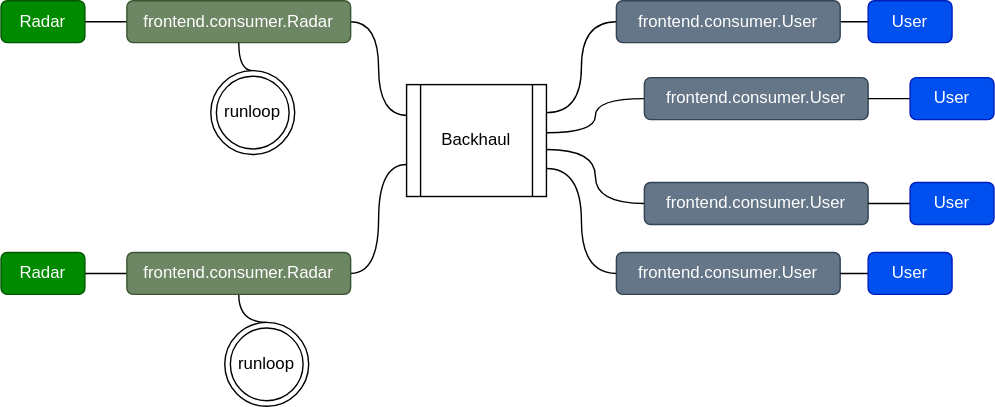
OURadar/RadarHub keeps this draw.io diagram as blob/backhaul.svg. Above is the earlier version. Source tidied: cells renumbered, new cells last; positions are measured from the earlier drawing's top-left corner, leaving out a move shared by most shapes.
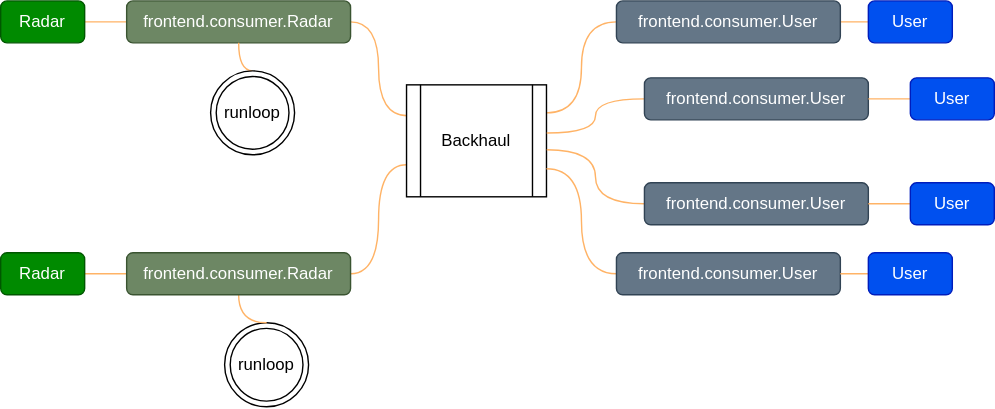
After the commit.

Change to the diagram source:
```diff
@@ -2,46 +2,46 @@
   <root>
     <mxCell id="0" />
     <mxCell id="1" parent="0" />
-    <mxCell id="2" style="edgeStyle=orthogonalEdgeStyle;curved=1;rounded=0;jettySize=auto;html=1;fontFamily=Tahoma;fontColor=#007FFF;startArrow=none;startFill=0;endArrow=none;endFill=0;strokeColor=default;" parent="1" edge="1" source="3" target="7">
+    <mxCell id="2" style="edgeStyle=orthogonalEdgeStyle;curved=1;rounded=0;jettySize=auto;html=1;fontFamily=Tahoma;fontColor=#007FFF;startArrow=none;startFill=0;endArrow=none;endFill=0;strokeColor=#FFB366;" parent="1" edge="1" source="3" target="7">
       <mxGeometry relative="1" as="geometry" />
     </mxCell>
     <mxCell id="3" value="Radar" style="rounded=1;whiteSpace=wrap;html=1;fillColor=#008a00;fontColor=#ffffff;strokeColor=#005700;" parent="1" vertex="1">
       <mxGeometry width="60" height="30" as="geometry" />
     </mxCell>
-    <mxCell id="4" style="edgeStyle=orthogonalEdgeStyle;curved=1;rounded=0;jettySize=auto;html=1;fontFamily=Tahoma;fontColor=#007FFF;startArrow=none;startFill=0;endArrow=none;endFill=0;strokeColor=default;" parent="1" edge="1" source="5" target="13">
+    <mxCell id="4" style="edgeStyle=orthogonalEdgeStyle;curved=1;rounded=0;jettySize=auto;html=1;fontFamily=Tahoma;fontColor=#007FFF;startArrow=none;startFill=0;endArrow=none;endFill=0;strokeColor=#FFB366;" parent="1" edge="1" source="5" target="13">
       <mxGeometry relative="1" as="geometry" />
     </mxCell>
     <mxCell id="5" value="Radar" style="rounded=1;whiteSpace=wrap;html=1;fillColor=#008a00;fontColor=#ffffff;strokeColor=#005700;" parent="1" vertex="1">
       <mxGeometry y="180" width="60" height="30" as="geometry" />
     </mxCell>
-    <mxCell id="6" style="edgeStyle=orthogonalEdgeStyle;rounded=0;jettySize=auto;html=1;startArrow=none;startFill=0;endArrow=none;endFill=0;strokeColor=default;curved=1;entryX=0.009;entryY=0.276;entryDx=0;entryDy=0;entryPerimeter=0;" parent="1" edge="1" source="7" target="18">
+    <mxCell id="6" style="edgeStyle=orthogonalEdgeStyle;rounded=0;jettySize=auto;html=1;startArrow=none;startFill=0;endArrow=none;endFill=0;strokeColor=#FFB366;curved=1;entryX=0.009;entryY=0.276;entryDx=0;entryDy=0;entryPerimeter=0;" parent="1" edge="1" source="7" target="18">
       <mxGeometry relative="1" as="geometry" />
     </mxCell>
     <mxCell id="7" value="frontend.consumer.Radar" style="rounded=1;whiteSpace=wrap;html=1;fillColor=#6d8764;fontColor=#ffffff;strokeColor=#3A5431;" parent="1" vertex="1">
       <mxGeometry x="90" width="160" height="30" as="geometry" />
     </mxCell>
-    <mxCell id="8" style="edgeStyle=orthogonalEdgeStyle;rounded=0;jettySize=auto;html=1;strokeColor=default;endArrow=none;endFill=0;startArrow=none;startFill=0;curved=1;" parent="1" edge="1" source="7" target="9">
+    <mxCell id="8" style="edgeStyle=orthogonalEdgeStyle;rounded=0;jettySize=auto;html=1;strokeColor=#FFB366;endArrow=none;endFill=0;startArrow=none;startFill=0;curved=1;" parent="1" edge="1" source="7" target="9">
       <mxGeometry relative="1" as="geometry" />
     </mxCell>
-    <mxCell id="9" value="runloop" style="ellipse;shape=doubleEllipse;whiteSpace=wrap;html=1;" parent="1" vertex="1">
+    <mxCell id="9" value="runloop" style="ellipse;shape=doubleEllipse;whiteSpace=wrap;html=1;fillColor=#FFFFFF;strokeColor=#000000;fontColor=#000000;" parent="1" vertex="1">
       <mxGeometry x="150" y="50" width="60" height="60" as="geometry" />
     </mxCell>
-    <mxCell id="10" value="runloop" style="ellipse;shape=doubleEllipse;whiteSpace=wrap;html=1;" parent="1" vertex="1">
+    <mxCell id="10" value="runloop" style="ellipse;shape=doubleEllipse;whiteSpace=wrap;html=1;fillColor=#FFFFFF;strokeColor=#000000;fontColor=#000000;" parent="1" vertex="1">
       <mxGeometry x="160" y="230" width="60" height="60" as="geometry" />
     </mxCell>
-    <mxCell id="11" style="edgeStyle=orthogonalEdgeStyle;rounded=0;jettySize=auto;html=1;strokeColor=default;endArrow=none;endFill=0;startArrow=none;startFill=0;curved=1;" parent="1" edge="1" source="13" target="10">
+    <mxCell id="11" style="edgeStyle=orthogonalEdgeStyle;rounded=0;jettySize=auto;html=1;strokeColor=#FFB366;endArrow=none;endFill=0;startArrow=none;startFill=0;curved=1;" parent="1" edge="1" source="13" target="10">
       <mxGeometry relative="1" as="geometry" />
     </mxCell>
-    <mxCell id="12" style="edgeStyle=orthogonalEdgeStyle;rounded=0;jettySize=auto;html=1;startArrow=none;startFill=0;endArrow=none;endFill=0;strokeColor=default;curved=1;entryX=0.001;entryY=0.714;entryDx=0;entryDy=0;entryPerimeter=0;" parent="1" edge="1" source="13" target="18">
+    <mxCell id="12" style="edgeStyle=orthogonalEdgeStyle;rounded=0;jettySize=auto;html=1;startArrow=none;startFill=0;endArrow=none;endFill=0;strokeColor=#FFB366;curved=1;entryX=0.001;entryY=0.714;entryDx=0;entryDy=0;entryPerimeter=0;" parent="1" edge="1" source="13" target="18">
       <mxGeometry relative="1" as="geometry" />
     </mxCell>
     <mxCell id="13" value="frontend.consumer.Radar" style="rounded=1;whiteSpace=wrap;html=1;fillColor=#6d8764;fontColor=#ffffff;strokeColor=#3A5431;" parent="1" vertex="1">
       <mxGeometry x="90" y="180" width="160" height="30" as="geometry" />
     </mxCell>
-    <mxCell id="14" style="edgeStyle=orthogonalEdgeStyle;rounded=0;jettySize=auto;html=1;startArrow=none;startFill=0;endArrow=none;endFill=0;strokeColor=default;" parent="1" edge="1" source="16" target="17">
+    <mxCell id="14" style="edgeStyle=orthogonalEdgeStyle;rounded=0;jettySize=auto;html=1;startArrow=none;startFill=0;endArrow=none;endFill=0;strokeColor=#FFB366;" parent="1" edge="1" source="16" target="17">
       <mxGeometry relative="1" as="geometry" />
     </mxCell>
-    <mxCell id="15" style="edgeStyle=orthogonalEdgeStyle;curved=1;rounded=0;jettySize=auto;html=1;startArrow=none;startFill=0;endArrow=none;endFill=0;strokeColor=default;entryX=1;entryY=0.25;entryDx=0;entryDy=0;" parent="1" edge="1" source="16" target="18">
+    <mxCell id="15" style="edgeStyle=orthogonalEdgeStyle;curved=1;rounded=0;jettySize=auto;html=1;startArrow=none;startFill=0;endArrow=none;endFill=0;strokeColor=#FFB366;entryX=1;entryY=0.25;entryDx=0;entryDy=0;" parent="1" edge="1" source="16" target="18">
       <mxGeometry relative="1" as="geometry" />
     </mxCell>
     <mxCell id="16" value="frontend.consumer.User" style="rounded=1;whiteSpace=wrap;html=1;fillColor=#647687;fontColor=#ffffff;strokeColor=#314354;" parent="1" vertex="1">
@@ -50,40 +50,40 @@
     <mxCell id="17" value="User" style="rounded=1;whiteSpace=wrap;html=1;fillColor=#0050ef;fontColor=#ffffff;strokeColor=#001DBC;" parent="1" vertex="1">
       <mxGeometry x="620" width="60" height="30" as="geometry" />
     </mxCell>
-    <mxCell id="18" value="Backhaul" style="shape=process;whiteSpace=wrap;html=1;backgroundOutline=1;" parent="1" vertex="1">
+    <mxCell id="18" value="Backhaul" style="shape=process;whiteSpace=wrap;html=1;backgroundOutline=1;fillColor=#FFFFFF;strokeColor=#000000;fontColor=#000000;" parent="1" vertex="1">
       <mxGeometry x="290" y="60" width="100" height="80" as="geometry" />
     </mxCell>
-    <mxCell id="19" style="edgeStyle=orthogonalEdgeStyle;curved=1;rounded=0;jettySize=auto;html=1;startArrow=none;startFill=0;endArrow=none;endFill=0;strokeColor=default;entryX=1.002;entryY=0.58;entryDx=0;entryDy=0;entryPerimeter=0;" parent="1" edge="1" source="20" target="18">
+    <mxCell id="19" style="edgeStyle=orthogonalEdgeStyle;curved=1;rounded=0;jettySize=auto;html=1;startArrow=none;startFill=0;endArrow=none;endFill=0;strokeColor=#FFB366;entryX=1.002;entryY=0.58;entryDx=0;entryDy=0;entryPerimeter=0;" parent="1" edge="1" source="20" target="18">
       <mxGeometry relative="1" as="geometry" />
     </mxCell>
     <mxCell id="20" value="frontend.consumer.User" style="rounded=1;whiteSpace=wrap;html=1;fillColor=#647687;fontColor=#ffffff;strokeColor=#314354;" parent="1" vertex="1">
       <mxGeometry x="460" y="130" width="160" height="30" as="geometry" />
     </mxCell>
-    <mxCell id="21" style="edgeStyle=orthogonalEdgeStyle;rounded=0;jettySize=auto;html=1;startArrow=none;startFill=0;endArrow=none;endFill=0;strokeColor=default;" parent="1" edge="1" source="20" target="22">
+    <mxCell id="21" style="edgeStyle=orthogonalEdgeStyle;rounded=0;jettySize=auto;html=1;startArrow=none;startFill=0;endArrow=none;endFill=0;strokeColor=#FFB366;" parent="1" edge="1" source="20" target="22">
       <mxGeometry relative="1" as="geometry" />
     </mxCell>
     <mxCell id="22" value="User" style="rounded=1;whiteSpace=wrap;html=1;fillColor=#0050ef;fontColor=#ffffff;strokeColor=#001DBC;" parent="1" vertex="1">
       <mxGeometry x="650" y="130" width="60" height="30" as="geometry" />
     </mxCell>
-    <mxCell id="23" style="edgeStyle=orthogonalEdgeStyle;curved=1;rounded=0;jettySize=auto;html=1;startArrow=none;startFill=0;endArrow=none;endFill=0;strokeColor=default;entryX=1;entryY=0.75;entryDx=0;entryDy=0;" parent="1" edge="1" source="24" target="18">
+    <mxCell id="23" style="edgeStyle=orthogonalEdgeStyle;curved=1;rounded=0;jettySize=auto;html=1;startArrow=none;startFill=0;endArrow=none;endFill=0;strokeColor=#FFB366;entryX=1;entryY=0.75;entryDx=0;entryDy=0;" parent="1" edge="1" source="24" target="18">
       <mxGeometry relative="1" as="geometry" />
     </mxCell>
     <mxCell id="24" value="frontend.consumer.User" style="rounded=1;whiteSpace=wrap;html=1;fillColor=#647687;fontColor=#ffffff;strokeColor=#314354;" parent="1" vertex="1">
       <mxGeometry x="440" y="180" width="160" height="30" as="geometry" />
     </mxCell>
-    <mxCell id="25" style="edgeStyle=orthogonalEdgeStyle;rounded=0;jettySize=auto;html=1;startArrow=none;startFill=0;endArrow=none;endFill=0;strokeColor=default;" parent="1" edge="1" source="24" target="26">
+    <mxCell id="25" style="edgeStyle=orthogonalEdgeStyle;rounded=0;jettySize=auto;html=1;startArrow=none;startFill=0;endArrow=none;endFill=0;strokeColor=#FFB366;" parent="1" edge="1" source="24" target="26">
       <mxGeometry relative="1" as="geometry" />
     </mxCell>
     <mxCell id="26" value="User" style="rounded=1;whiteSpace=wrap;html=1;fillColor=#0050ef;fontColor=#ffffff;strokeColor=#001DBC;" parent="1" vertex="1">
       <mxGeometry x="620" y="180" width="60" height="30" as="geometry" />
     </mxCell>
-    <mxCell id="27" style="edgeStyle=orthogonalEdgeStyle;curved=1;rounded=0;jettySize=auto;html=1;entryX=1.002;entryY=0.43;entryDx=0;entryDy=0;entryPerimeter=0;startArrow=none;startFill=0;endArrow=none;endFill=0;strokeColor=default;" parent="1" edge="1" source="28" target="18">
+    <mxCell id="27" style="edgeStyle=orthogonalEdgeStyle;curved=1;rounded=0;jettySize=auto;html=1;entryX=1.002;entryY=0.43;entryDx=0;entryDy=0;entryPerimeter=0;startArrow=none;startFill=0;endArrow=none;endFill=0;strokeColor=#FFB366;" parent="1" edge="1" source="28" target="18">
       <mxGeometry relative="1" as="geometry" />
     </mxCell>
     <mxCell id="28" value="frontend.consumer.User" style="rounded=1;whiteSpace=wrap;html=1;fillColor=#647687;fontColor=#ffffff;strokeColor=#314354;" parent="1" vertex="1">
       <mxGeometry x="460" y="55" width="160" height="30" as="geometry" />
     </mxCell>
-    <mxCell id="29" style="edgeStyle=orthogonalEdgeStyle;curved=1;rounded=0;jettySize=auto;html=1;startArrow=none;startFill=0;endArrow=none;endFill=0;strokeColor=default;" parent="1" edge="1" source="30" target="28">
+    <mxCell id="29" style="edgeStyle=orthogonalEdgeStyle;curved=1;rounded=0;jettySize=auto;html=1;startArrow=none;startFill=0;endArrow=none;endFill=0;strokeColor=#FFB366;" parent="1" edge="1" source="30" target="28">
       <mxGeometry relative="1" as="geometry" />
     </mxCell>
     <mxCell id="30" value="User" style="rounded=1;whiteSpace=wrap;html=1;fillColor=#0050ef;fontColor=#ffffff;strokeColor=#001DBC;" parent="1" vertex="1">
```
